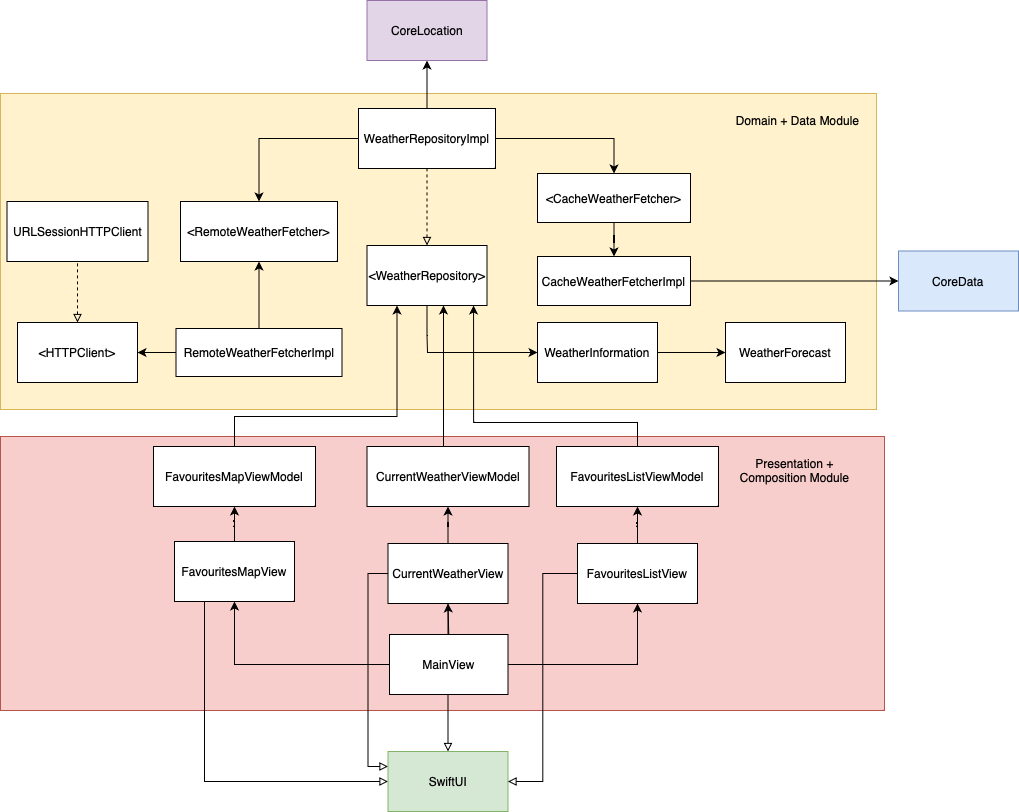
The draw.io diagram architecture.png in alexdmotoc/dvt-weather-app, before a commit. Source tidied: cells renumbered, new cells last; positions are measured from the earlier drawing's top-left corner, leaving out a move shared by most shapes.
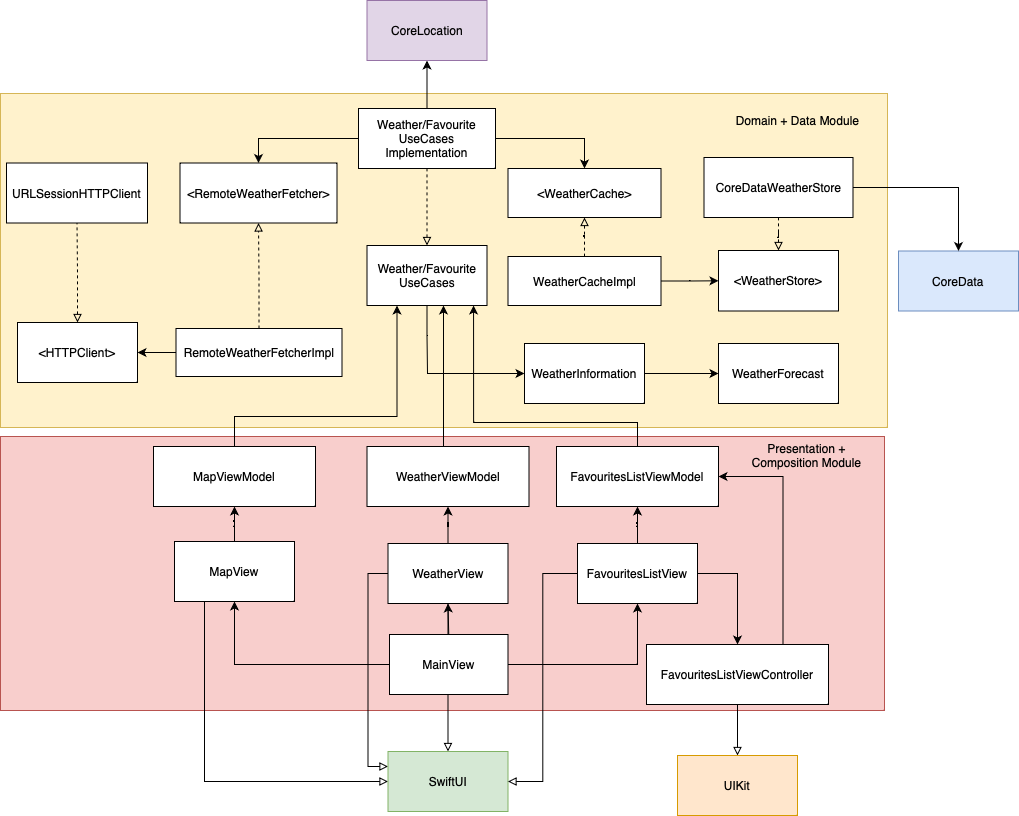
After the change.

Commit message:
update architecture diagram

Diff of the diagram source:
```diff
@@ -6,16 +6,16 @@
       <mxGeometry y="436" width="884" height="274" as="geometry" />
     </mxCell>
     <mxCell id="3" style="rounded=0;whiteSpace=wrap;html=1;fillColor=#fff2cc;strokeColor=#d6b656;" parent="1" vertex="1">
-      <mxGeometry y="93" width="876" height="316" as="geometry" />
+      <mxGeometry y="93" width="887" height="334" as="geometry" />
     </mxCell>
     <mxCell id="4" style="edgeStyle=orthogonalEdgeStyle;rounded=0;jettySize=auto;html=1;" parent="1" edge="1" source="5" target="6">
       <mxGeometry relative="1" as="geometry" />
     </mxCell>
     <mxCell id="5" value="WeatherInformation" style="rounded=0;whiteSpace=wrap;html=1;" parent="1" vertex="1">
-      <mxGeometry x="537" y="322" width="120" height="60" as="geometry" />
+      <mxGeometry x="524" y="343" width="120" height="60" as="geometry" />
     </mxCell>
     <mxCell id="6" value="WeatherForecast" style="rounded=0;whiteSpace=wrap;html=1;" parent="1" vertex="1">
-      <mxGeometry x="725" y="322" width="120" height="60" as="geometry" />
+      <mxGeometry x="718" y="343" width="120" height="60" as="geometry" />
     </mxCell>
     <mxCell id="7" style="edgeStyle=orthogonalEdgeStyle;rounded=0;jettySize=auto;html=1;" parent="1" edge="1" source="9" target="27">
       <mxGeometry relative="1" as="geometry">
@@ -24,17 +24,17 @@
         </Array>
       </mxGeometry>
     </mxCell>
-    <mxCell id="8" style="edgeStyle=orthogonalEdgeStyle;rounded=0;jettySize=auto;html=1;" parent="1" edge="1" source="9" target="29">
+    <mxCell id="8" style="edgeStyle=orthogonalEdgeStyle;rounded=0;jettySize=auto;html=1;endArrow=block;endFill=0;dashed=1;" parent="1" edge="1" source="9" target="29">
       <mxGeometry relative="1" as="geometry" />
     </mxCell>
     <mxCell id="9" value="RemoteWeatherFetcherImpl" style="rounded=0;whiteSpace=wrap;html=1;" parent="1" vertex="1">
       <mxGeometry x="175.5" y="328" width="166" height="48" as="geometry" />
     </mxCell>
-    <mxCell id="10" style="edgeStyle=orthogonalEdgeStyle;rounded=0;jettySize=auto;html=1;" parent="1" edge="1" source="11" target="37">
-      <mxGeometry relative="1" as="geometry" />
-    </mxCell>
+    <mxCell id="50" style="edgeStyle=orthogonalEdgeStyle;rounded=0;jettySize=auto;html=1;" parent="1" edge="1" source="11" target="57">
+      <mxGeometry relative="1" as="geometry" />
+    </mxCell>
-    <mxCell id="11" value="CacheWeatherFetcherImpl" style="rounded=0;whiteSpace=wrap;html=1;" parent="1" vertex="1">
-      <mxGeometry x="537" y="256" width="153" height="49" as="geometry" />
+    <mxCell id="11" value="WeatherCacheImpl" style="rounded=0;whiteSpace=wrap;html=1;" parent="1" vertex="1">
+      <mxGeometry x="507.5" y="256" width="153" height="49" as="geometry" />
     </mxCell>
     <mxCell id="12" style="edgeStyle=orthogonalEdgeStyle;rounded=0;jettySize=auto;html=1;endArrow=none;endFill=0;startArrow=block;startFill=0;dashed=1;" parent="1" edge="1" source="14" target="18">
       <mxGeometry relative="1" as="geometry" />
@@ -47,7 +47,7 @@
         </Array>
       </mxGeometry>
     </mxCell>
-    <mxCell id="14" value="&amp;lt;WeatherRepository&amp;gt;" style="rounded=0;whiteSpace=wrap;html=1;" parent="1" vertex="1">
+    <mxCell id="14" value="Weather/Favourite&lt;br&gt;UseCases" style="rounded=0;whiteSpace=wrap;html=1;" parent="1" vertex="1">
       <mxGeometry x="366.5" y="245" width="120" height="60" as="geometry" />
     </mxCell>
     <mxCell id="15" style="edgeStyle=orthogonalEdgeStyle;rounded=0;jettySize=auto;html=1;entryX=0.5;entryY=0;entryDx=0;entryDy=0;" parent="1" edge="1" source="18" target="29">
@@ -59,7 +59,7 @@
     <mxCell id="17" style="edgeStyle=orthogonalEdgeStyle;rounded=0;jettySize=auto;html=1;" parent="1" edge="1" source="18" target="40">
       <mxGeometry relative="1" as="geometry" />
     </mxCell>
-    <mxCell id="18" value="WeatherRepositoryImpl" style="rounded=0;whiteSpace=wrap;html=1;" parent="1" vertex="1">
+    <mxCell id="18" value="Weather/Favourite&lt;br style=&quot;border-color: var(--border-color);&quot;&gt;UseCases Implementation" style="rounded=0;whiteSpace=wrap;html=1;" parent="1" vertex="1">
       <mxGeometry x="358" y="108" width="137" height="60" as="geometry" />
     </mxCell>
     <mxCell id="19" value="Domain + Data Module" style="text;html=1;strokeColor=none;fillColor=none;align=center;verticalAlign=middle;whiteSpace=wrap;rounded=0;" parent="1" vertex="1">
@@ -74,7 +74,7 @@
     <mxCell id="22" style="edgeStyle=orthogonalEdgeStyle;rounded=0;jettySize=auto;html=1;exitX=0;exitY=0.5;exitDx=0;exitDy=0;entryX=0;entryY=0.25;entryDx=0;entryDy=0;endArrow=block;endFill=0;" parent="1" edge="1" source="23" target="36">
       <mxGeometry relative="1" as="geometry" />
     </mxCell>
-    <mxCell id="23" value="CurrentWeatherView" style="whiteSpace=wrap;html=1;" parent="1" vertex="1">
+    <mxCell id="23" value="WeatherView" style="whiteSpace=wrap;html=1;" parent="1" vertex="1">
       <mxGeometry x="387.5" y="543" width="120" height="60" as="geometry" />
     </mxCell>
     <mxCell id="24" style="edgeStyle=orthogonalEdgeStyle;rounded=0;jettySize=auto;html=1;" parent="1" edge="1" source="25" target="14">
@@ -85,7 +85,7 @@
         </Array>
       </mxGeometry>
     </mxCell>
-    <mxCell id="25" value="CurrentWeatherViewModel" style="whiteSpace=wrap;html=1;" parent="1" vertex="1">
+    <mxCell id="25" value="WeatherViewModel" style="whiteSpace=wrap;html=1;" parent="1" vertex="1">
       <mxGeometry x="366.5" y="446" width="162" height="60" as="geometry" />
     </mxCell>
     <mxCell id="26" style="edgeStyle=orthogonalEdgeStyle;rounded=0;jettySize=auto;html=1;endArrow=none;endFill=0;startArrow=block;startFill=0;dashed=1;" parent="1" edge="1" source="27" target="28">
@@ -95,19 +95,19 @@
       <mxGeometry x="17" y="322" width="120" height="60" as="geometry" />
     </mxCell>
     <mxCell id="28" value="URLSessionHTTPClient" style="whiteSpace=wrap;html=1;rounded=0;" parent="1" vertex="1">
-      <mxGeometry x="6.5" y="201" width="141" height="60" as="geometry" />
+      <mxGeometry x="6" y="162.5" width="141" height="60" as="geometry" />
     </mxCell>
     <mxCell id="29" value="&amp;lt;RemoteWeatherFetcher&amp;gt;" style="whiteSpace=wrap;html=1;rounded=0;" parent="1" vertex="1">
-      <mxGeometry x="180" y="201" width="157" height="60" as="geometry" />
+      <mxGeometry x="179.5" y="162.5" width="157" height="60" as="geometry" />
     </mxCell>
     <mxCell id="30" value="Presentation + Composition Module" style="text;html=1;strokeColor=none;fillColor=none;align=center;verticalAlign=middle;whiteSpace=wrap;rounded=0;" parent="1" vertex="1">
-      <mxGeometry x="725" y="455" width="139" height="30" as="geometry" />
+      <mxGeometry x="737" y="440" width="139" height="30" as="geometry" />
     </mxCell>
-    <mxCell id="31" style="edgeStyle=orthogonalEdgeStyle;rounded=0;jettySize=auto;html=1;" parent="1" edge="1" source="32" target="11">
+    <mxCell id="31" style="edgeStyle=orthogonalEdgeStyle;rounded=0;jettySize=auto;html=1;dashed=1;endArrow=none;endFill=0;startArrow=block;startFill=0;" parent="1" edge="1" source="32" target="11">
       <mxGeometry relative="1" as="geometry" />
     </mxCell>
-    <mxCell id="32" value="&amp;lt;CacheWeatherFetcher&amp;gt;" style="rounded=0;whiteSpace=wrap;html=1;" parent="1" vertex="1">
-      <mxGeometry x="537" y="173" width="153" height="49" as="geometry" />
+    <mxCell id="32" value="&amp;lt;WeatherCache&amp;gt;" style="rounded=0;whiteSpace=wrap;html=1;" parent="1" vertex="1">
+      <mxGeometry x="507.5" y="168" width="153" height="49" as="geometry" />
     </mxCell>
     <mxCell id="33" style="edgeStyle=orthogonalEdgeStyle;rounded=0;jettySize=auto;html=1;entryX=0.5;entryY=1;entryDx=0;entryDy=0;" parent="1" edge="1" source="35" target="39">
       <mxGeometry relative="1" as="geometry" />
@@ -115,7 +115,7 @@
     <mxCell id="34" style="edgeStyle=orthogonalEdgeStyle;rounded=0;jettySize=auto;html=1;exitX=0.25;exitY=1;exitDx=0;exitDy=0;entryX=0;entryY=0.5;entryDx=0;entryDy=0;endArrow=block;endFill=0;" parent="1" edge="1" source="35" target="36">
       <mxGeometry relative="1" as="geometry" />
     </mxCell>
-    <mxCell id="35" value="FavouritesMapView" style="whiteSpace=wrap;html=1;" parent="1" vertex="1">
+    <mxCell id="35" value="MapView" style="whiteSpace=wrap;html=1;" parent="1" vertex="1">
       <mxGeometry x="174" y="541" width="120" height="60" as="geometry" />
     </mxCell>
     <mxCell id="36" value="SwiftUI" style="whiteSpace=wrap;html=1;fillColor=#d5e8d4;strokeColor=#82b366;" parent="1" vertex="1">
@@ -132,7 +132,7 @@
         </Array>
       </mxGeometry>
     </mxCell>
-    <mxCell id="39" value="FavouritesMapViewModel" style="whiteSpace=wrap;html=1;" parent="1" vertex="1">
+    <mxCell id="39" value="MapViewModel" style="whiteSpace=wrap;html=1;" parent="1" vertex="1">
       <mxGeometry x="153" y="446" width="162" height="60" as="geometry" />
     </mxCell>
     <mxCell id="40" value="CoreLocation" style="whiteSpace=wrap;html=1;rounded=0;fillColor=#e1d5e7;strokeColor=#9673a6;" parent="1" vertex="1">
@@ -155,6 +155,13 @@
     <mxCell id="44" style="edgeStyle=orthogonalEdgeStyle;rounded=0;jettySize=auto;html=1;entryX=1;entryY=0.5;entryDx=0;entryDy=0;endArrow=block;endFill=0;" parent="1" edge="1" source="45" target="36">
       <mxGeometry relative="1" as="geometry" />
     </mxCell>
+    <mxCell id="51" style="edgeStyle=orthogonalEdgeStyle;rounded=0;jettySize=auto;html=1;" parent="1" edge="1" source="45" target="54">
+      <mxGeometry relative="1" as="geometry">
+        <Array as="points">
+          <mxPoint x="737" y="573" />
+        </Array>
+      </mxGeometry>
+    </mxCell>
     <mxCell id="45" value="FavouritesListView" style="whiteSpace=wrap;html=1;" parent="1" vertex="1">
       <mxGeometry x="577" y="543" width="120" height="60" as="geometry" />
     </mxCell>
@@ -170,5 +177,33 @@
     <mxCell id="49" value="MainView" style="rounded=0;whiteSpace=wrap;html=1;" parent="1" vertex="1">
       <mxGeometry x="389" y="634" width="118.5" height="60" as="geometry" />
     </mxCell>
+    <mxCell id="52" style="edgeStyle=orthogonalEdgeStyle;rounded=0;jettySize=auto;html=1;exitX=0.75;exitY=0;exitDx=0;exitDy=0;entryX=1;entryY=0.5;entryDx=0;entryDy=0;" parent="1" edge="1" source="54" target="43">
+      <mxGeometry relative="1" as="geometry">
+        <Array as="points">
+          <mxPoint x="783" y="476" />
+        </Array>
+      </mxGeometry>
+    </mxCell>
+    <mxCell id="53" style="edgeStyle=orthogonalEdgeStyle;rounded=0;jettySize=auto;html=1;endArrow=block;endFill=0;" parent="1" edge="1" source="54" target="55">
+      <mxGeometry relative="1" as="geometry" />
+    </mxCell>
+    <mxCell id="54" value="FavouritesListViewController" style="rounded=0;whiteSpace=wrap;html=1;" parent="1" vertex="1">
+      <mxGeometry x="646" y="644" width="182" height="60" as="geometry" />
+    </mxCell>
+    <mxCell id="55" value="UIKit" style="whiteSpace=wrap;html=1;rounded=0;fillColor=#ffe6cc;strokeColor=#d79b00;" parent="1" vertex="1">
+      <mxGeometry x="677" y="755" width="120" height="60" as="geometry" />
+    </mxCell>
+    <mxCell id="56" style="edgeStyle=orthogonalEdgeStyle;rounded=0;jettySize=auto;html=1;endArrow=none;endFill=0;dashed=1;startArrow=block;startFill=0;" parent="1" edge="1" source="57" target="59">
+      <mxGeometry relative="1" as="geometry" />
+    </mxCell>
+    <mxCell id="57" value="&amp;lt;WeatherStore&amp;gt;" style="whiteSpace=wrap;html=1;rounded=0;" parent="1" vertex="1">
+      <mxGeometry x="718" y="250" width="120" height="60.5" as="geometry" />
+    </mxCell>
+    <mxCell id="58" style="edgeStyle=orthogonalEdgeStyle;rounded=0;jettySize=auto;html=1;" parent="1" edge="1" source="59" target="37">
+      <mxGeometry relative="1" as="geometry" />
+    </mxCell>
+    <mxCell id="59" value="CoreDataWeatherStore" style="rounded=0;whiteSpace=wrap;html=1;" parent="1" vertex="1">
+      <mxGeometry x="703.5" y="157" width="149" height="60" as="geometry" />
+    </mxCell>
   </root>
 </mxGraphModel>
```
